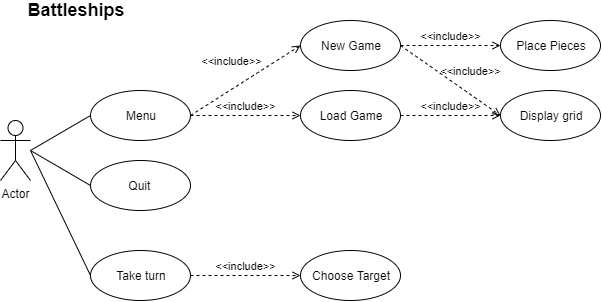
guilhermemmeirelles/Battleship keeps this draw.io diagram as ui/Usecase/BattleshipsUsecase.png. Above is the earlier version. Source tidied: cells renumbered, new cells last; positions are measured from the earlier drawing's top-left corner, leaving out a move shared by most shapes.
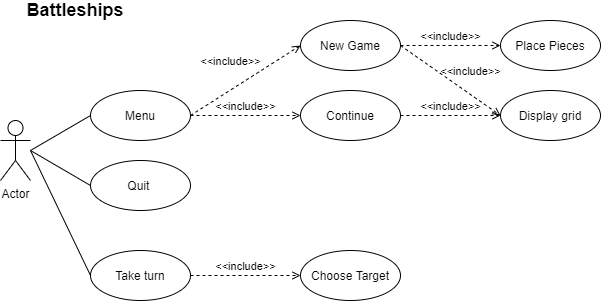
After the commit.

Diff of the diagram source:
```diff
@@ -27,7 +27,7 @@
     <mxCell id="8" value="New Game" style="ellipse;whiteSpace=wrap;html=1;" parent="1" vertex="1">
       <mxGeometry x="300" y="20" width="100" height="50" as="geometry" />
     </mxCell>
-    <mxCell id="9" value="Load Game" style="ellipse;whiteSpace=wrap;html=1;" parent="1" vertex="1">
+    <mxCell id="9" value="Continue" style="ellipse;whiteSpace=wrap;html=1;" parent="1" vertex="1">
       <mxGeometry x="300" y="90" width="100" height="50" as="geometry" />
     </mxCell>
     <mxCell id="10" value="&amp;lt;&amp;lt;include&amp;gt;&amp;gt;" style="edgeStyle=none;html=1;endArrow=open;verticalAlign=bottom;dashed=1;labelBackgroundColor=none;exitX=1;exitY=0.5;exitDx=0;exitDy=0;entryX=0;entryY=0.5;entryDx=0;entryDy=0;" parent="1" edge="1" source="3" target="9">
```
